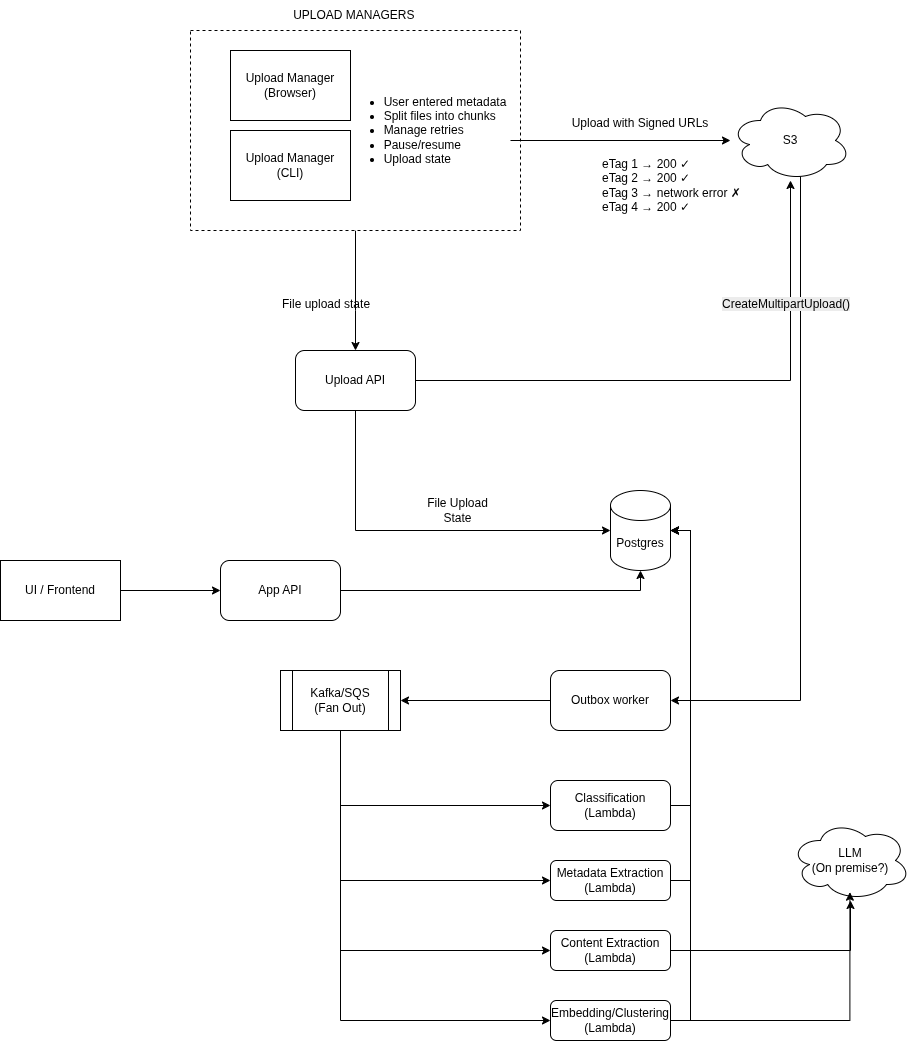
This is diagrams/infra-diagram.png from mbassan/matrix-takehome, a draw.io export, as it was before one commit. Source tidied: cells renumbered, new cells last; positions are measured from the earlier drawing's top-left corner, leaving out a move shared by most shapes.
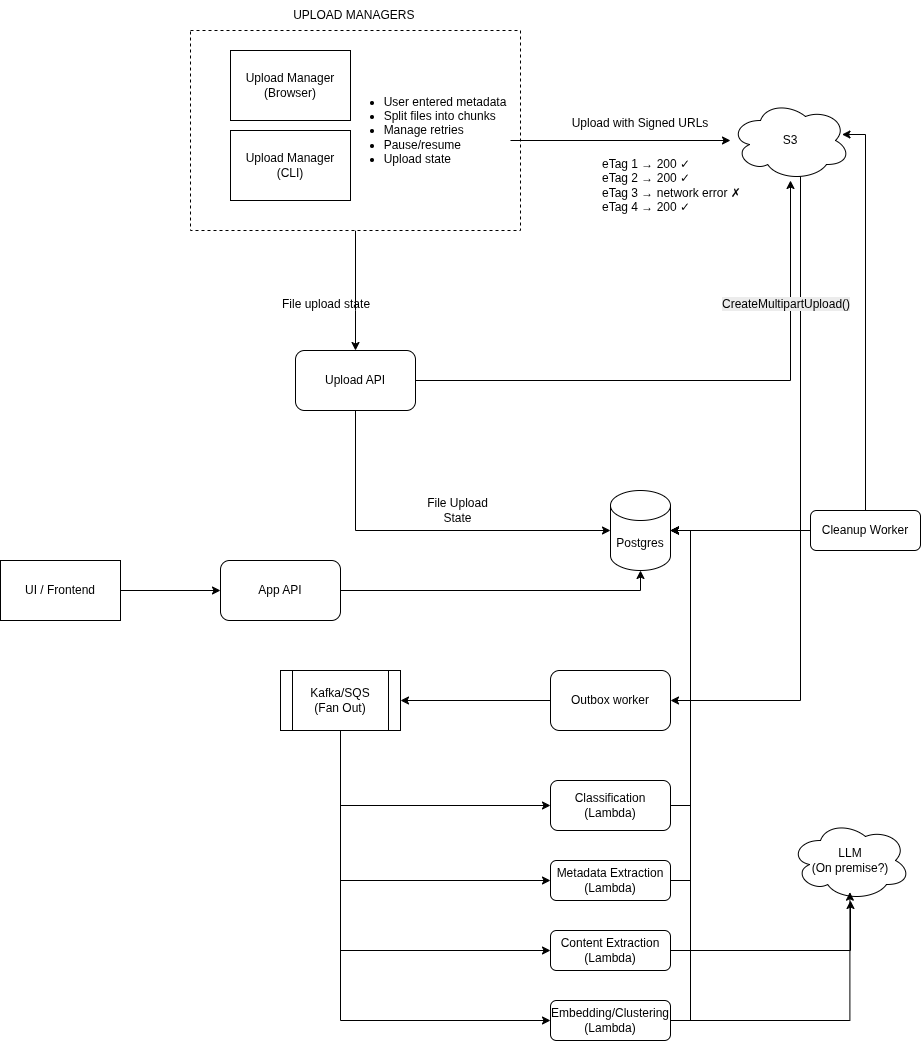
After the change.

Change to the diagram source:
```diff
@@ -134,5 +134,18 @@
     <mxCell id="41" style="edgeStyle=orthogonalEdgeStyle;rounded=0;jettySize=auto;html=1;entryX=0.5;entryY=1;entryDx=0;entryDy=0;entryPerimeter=0;" parent="1" edge="1" source="40" target="16">
       <mxGeometry relative="1" as="geometry" />
     </mxCell>
+    <mxCell id="42" value="Cleanup Worker" style="rounded=1;whiteSpace=wrap;html=1;" parent="1" vertex="1">
+      <mxGeometry x="810" y="510" width="110" height="40" as="geometry" />
+    </mxCell>
+    <mxCell id="43" style="edgeStyle=orthogonalEdgeStyle;rounded=0;jettySize=auto;html=1;entryX=1;entryY=0.5;entryDx=0;entryDy=0;entryPerimeter=0;" parent="1" edge="1" source="42" target="16">
+      <mxGeometry relative="1" as="geometry" />
+    </mxCell>
+    <mxCell id="44" style="edgeStyle=orthogonalEdgeStyle;rounded=0;jettySize=auto;html=1;entryX=0.929;entryY=0.425;entryDx=0;entryDy=0;entryPerimeter=0;" parent="1" edge="1" source="42" target="6">
+      <mxGeometry relative="1" as="geometry">
+        <Array as="points">
+          <mxPoint x="865" y="134" />
+        </Array>
+      </mxGeometry>
+    </mxCell>
   </root>
 </mxGraphModel>
```
